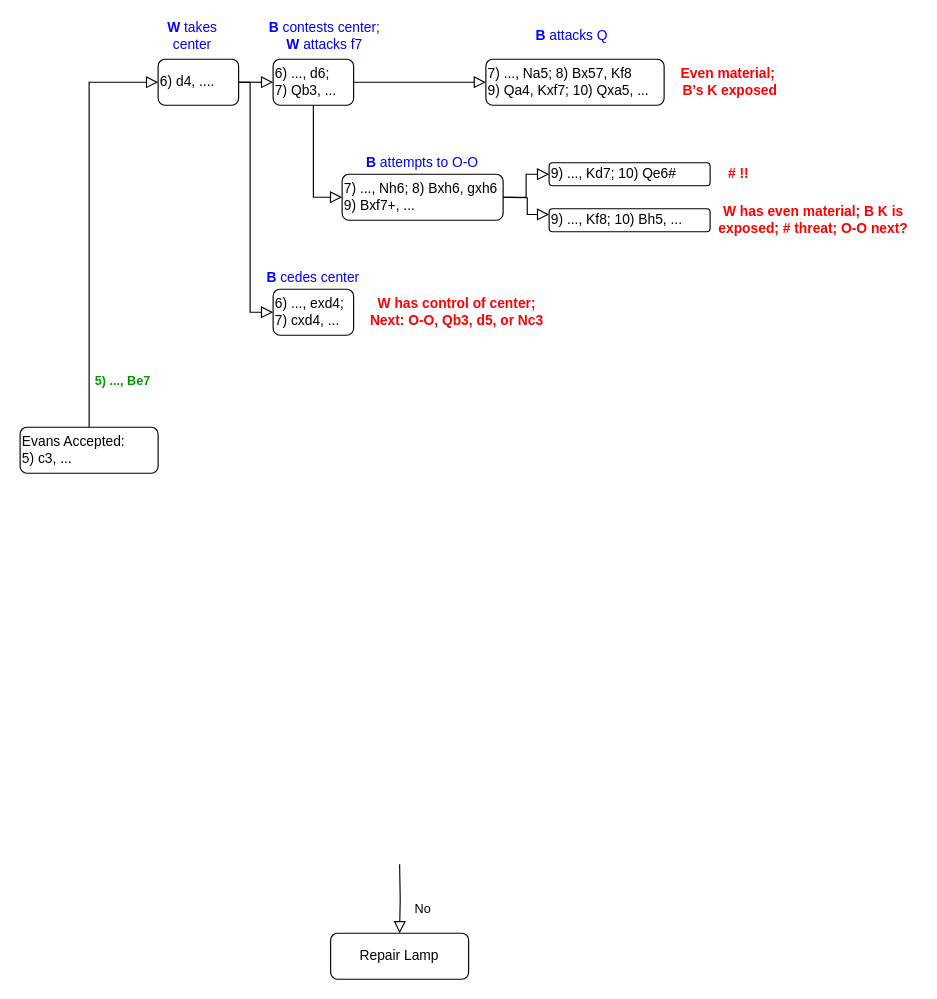
This is Evans - 20200628 v01.drawio from tsnellgrove/draw.io, a draw.io file, before an edit. Source tidied: cells renumbered, new cells numbered last; positions are measured from the earlier drawing's top-left corner, leaving out a move shared by most shapes. Both pictures are drawn from the tidied source at 115%, with x=0, y=0 at pixel (20, 24).
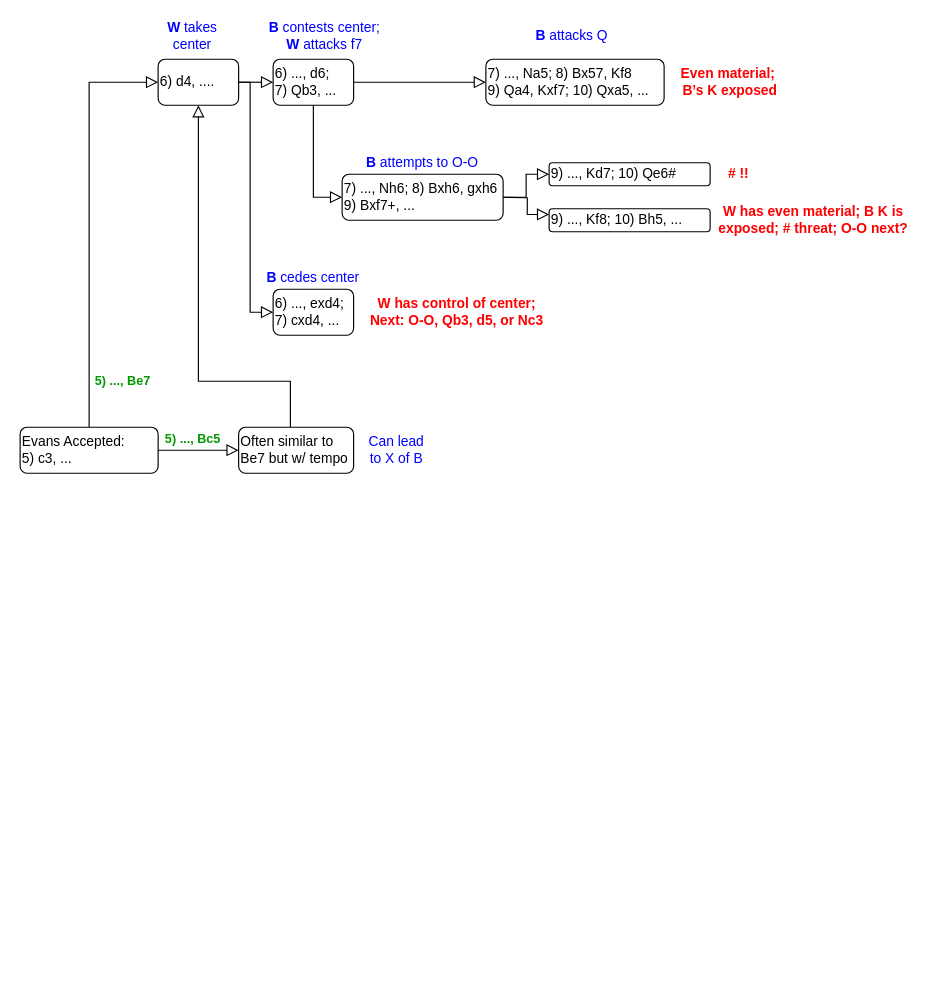
After the change.

Unchanged cells that the change refers to:
```xml
<mxCell id="3" value="Evans Accepted:&lt;br&gt;5) c3, ..." style="rounded=1;whiteSpace=wrap;html=1;fontSize=12;glass=0;strokeWidth=1;shadow=0;align=left;" parent="1" vertex="1">
  <mxGeometry y="350" width="120" height="40" as="geometry" />
</mxCell>
<mxCell id="6" value="6) d4, ....&amp;nbsp;" style="rounded=1;whiteSpace=wrap;html=1;fontSize=12;glass=0;strokeWidth=1;shadow=0;align=left;" parent="1" vertex="1">
  <mxGeometry x="120" y="30" width="70" height="40" as="geometry" />
</mxCell>
```

Change to the diagram source:
```diff
@@
-    <mxCell id="4" value="No" style="rounded=0;html=1;jettySize=auto;fontSize=11;endArrow=block;endFill=0;endSize=8;strokeWidth=1;shadow=0;labelBackgroundColor=none;edgeStyle=orthogonalEdgeStyle;" parent="1" edge="1" target="5">
-      <mxGeometry x="0.33" y="20" relative="1" as="geometry">
-        <mxPoint x="330" y="730" as="sourcePoint" />
-      </mxGeometry>
-    </mxCell>
-    <mxCell id="5" value="Repair Lamp" style="rounded=1;whiteSpace=wrap;html=1;fontSize=12;glass=0;strokeWidth=1;shadow=0;" parent="1" vertex="1">
-      <mxGeometry x="270" y="790" width="120" height="40" as="geometry" />
-    </mxCell>
@@
+    <mxCell id="28" value="Often similar to Be7 but w/ tempo" style="rounded=1;whiteSpace=wrap;html=1;fontSize=12;glass=0;strokeWidth=1;shadow=0;align=left;" parent="1" vertex="1">
+      <mxGeometry x="190" y="350" width="100" height="40" as="geometry" />
+    </mxCell>
+    <mxCell id="29" value="5) ..., Bc5" style="rounded=0;html=1;jettySize=auto;fontSize=11;endArrow=block;endFill=0;endSize=8;strokeWidth=1;shadow=0;labelBackgroundColor=none;edgeStyle=orthogonalEdgeStyle;entryX=0;entryY=0.5;entryDx=0;entryDy=0;fontStyle=1;fontColor=#009900;exitX=1;exitY=0.5;exitDx=0;exitDy=0;" parent="1" edge="1" source="3" target="28">
+      <mxGeometry x="-0.14" y="10" relative="1" as="geometry" />
+    </mxCell>
+    <mxCell id="30" style="rounded=0;html=1;jettySize=auto;fontSize=11;endArrow=block;endFill=0;endSize=8;strokeWidth=1;shadow=0;labelBackgroundColor=none;edgeStyle=orthogonalEdgeStyle;entryX=0.5;entryY=1;entryDx=0;entryDy=0;" parent="1" edge="1" source="28" target="6">
+      <mxGeometry relative="1" as="geometry">
+        <Array as="points">
+          <mxPoint x="235" y="310" />
+          <mxPoint x="155" y="310" />
+        </Array>
+      </mxGeometry>
+    </mxCell>
+    <mxCell id="31" value="Can lead to X of B" style="text;html=1;strokeColor=none;fillColor=none;align=center;verticalAlign=middle;whiteSpace=wrap;rounded=0;fontColor=#0000FF;" parent="1" vertex="1">
+      <mxGeometry x="300" y="360" width="55" height="20" as="geometry" />
+    </mxCell>
```
